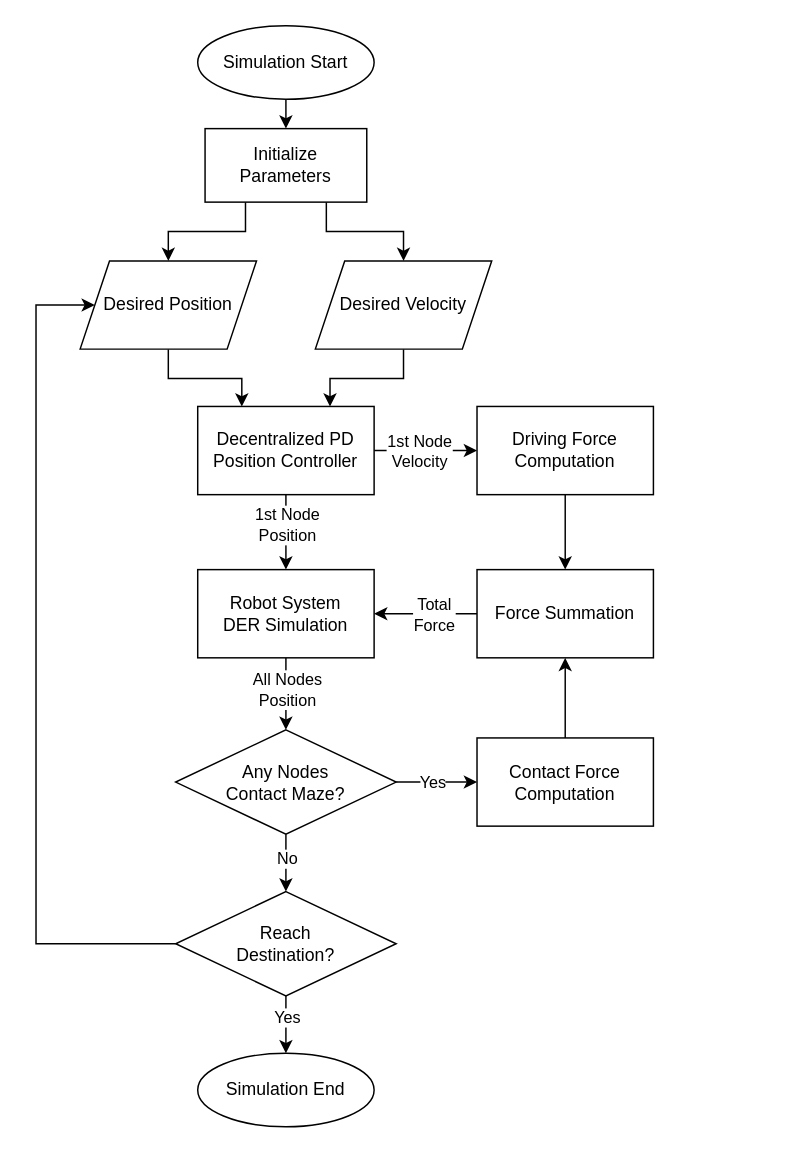
normanzmz/MAE259_Team8_Project keeps this draw.io diagram as Final/Flow_Chart/UpdatedFlowChart.drawio. Above is the earlier version. Source tidied: cells renumbered, new cells numbered last; positions are measured from the earlier drawing's top-left corner, leaving out a move shared by most shapes. Both pictures are drawn from the tidied source at 147%, with x=0, y=0 at pixel (35, 25).
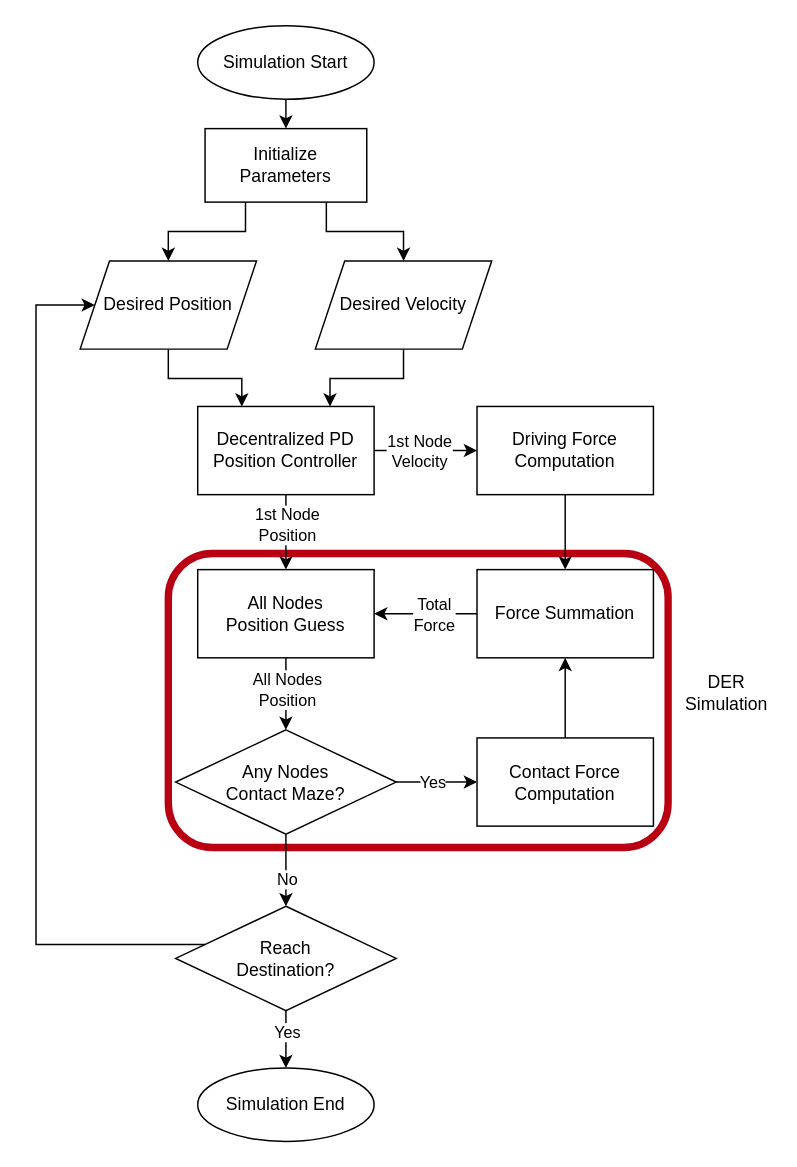
The same page after the edit.

The change refers to these unchanged cells:
```xml
<mxCell id="14" style="edgeStyle=orthogonalEdgeStyle;rounded=0;jettySize=auto;html=1;" parent="1" edge="1" source="18" target="35">
  <mxGeometry relative="1" as="geometry" />
</mxCell>
```

Diff of the diagram source:
```diff
@@
+    <mxCell id="36" style="rounded=1;whiteSpace=wrap;html=1;shadow=0;fillColor=none;strokeColor=#B80012;strokeWidth=5;" parent="1" vertex="1">
+      <mxGeometry x="90" y="359" width="340" height="200" as="geometry" />
+    </mxCell>
@@
-    <mxCell id="13" value="Robot System&lt;br&gt;DER Simulation" style="rounded=0;whiteSpace=wrap;html=1;" parent="1" vertex="1">
+    <mxCell id="13" value="All Nodes&lt;br&gt;Position Guess" style="rounded=0;whiteSpace=wrap;html=1;" parent="1" vertex="1">
       <mxGeometry x="110" y="370" width="120" height="60" as="geometry" />
     </mxCell>
@@
     <mxCell id="15" value="No" style="edgeLabel;html=1;align=center;verticalAlign=middle;" parent="14" vertex="1">
-      <mxGeometry x="-0.2" relative="1" as="geometry" />
+      <mxGeometry x="-0.2" relative="1" as="geometry">
+        <mxPoint y="10" as="offset" />
+      </mxGeometry>
     </mxCell>
@@
     <mxCell id="26" value="Simulation End" style="ellipse;whiteSpace=wrap;html=1;" parent="1" vertex="1">
-      <mxGeometry x="110" y="699" width="120" height="50" as="geometry" />
+      <mxGeometry x="110" y="709" width="120" height="50" as="geometry" />
     </mxCell>
@@
     <mxCell id="35" value="Reach&lt;br&gt;Destination?" style="rhombus;whiteSpace=wrap;html=1;" parent="1" vertex="1">
-      <mxGeometry x="95" y="589" width="150" height="71" as="geometry" />
+      <mxGeometry x="95" y="599" width="150" height="71" as="geometry" />
     </mxCell>
+    <mxCell id="37" value="DER&lt;br&gt;Simulation" style="text;html=1;strokeColor=none;fillColor=none;align=center;verticalAlign=middle;whiteSpace=wrap;rounded=0;shadow=0;opacity=0;" parent="1" vertex="1">
+      <mxGeometry x="440" y="439" width="60" height="30" as="geometry" />
+    </mxCell>
```
